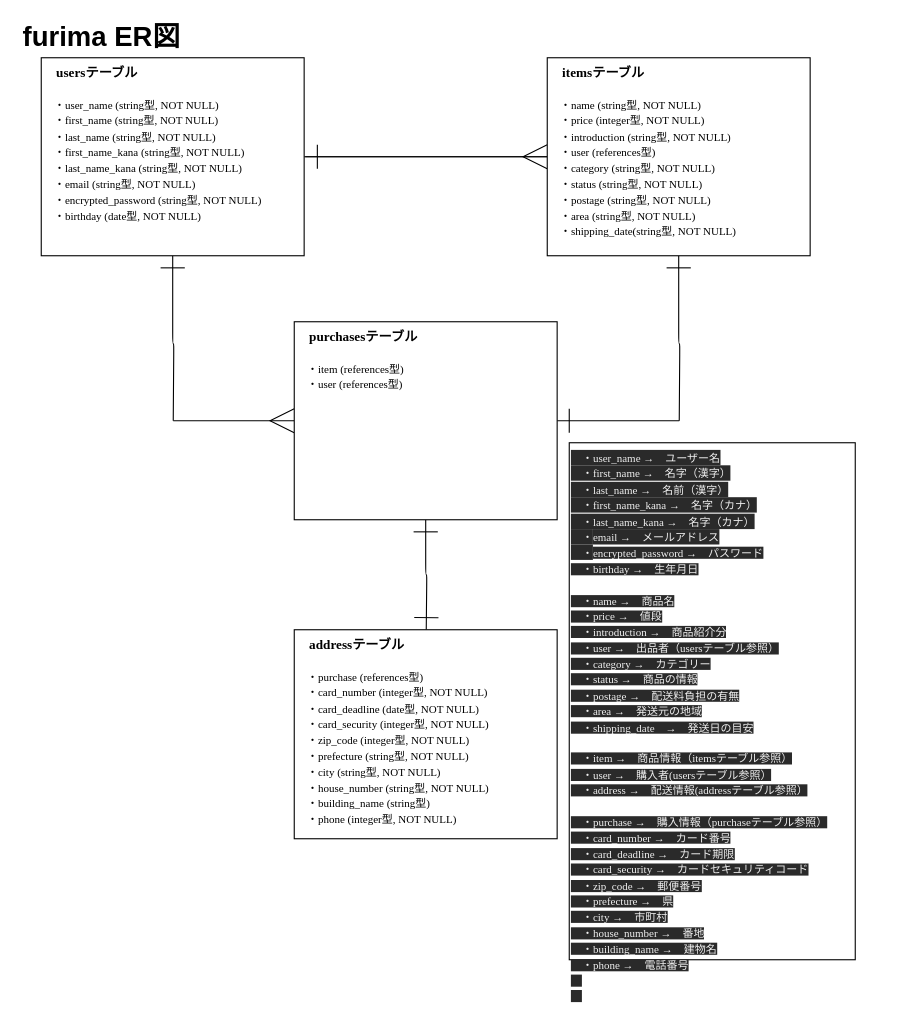
Earlier version of the draw.io diagram er.dio (yoshidanoryota/furima-36392). Source tidied: cells renumbered, new cells numbered last; positions are measured from the earlier drawing's top-left corner, leaving out a move shared by most shapes. Both pictures are drawn from the tidied source at 110%, with x=0, y=0 at pixel (19, 24).
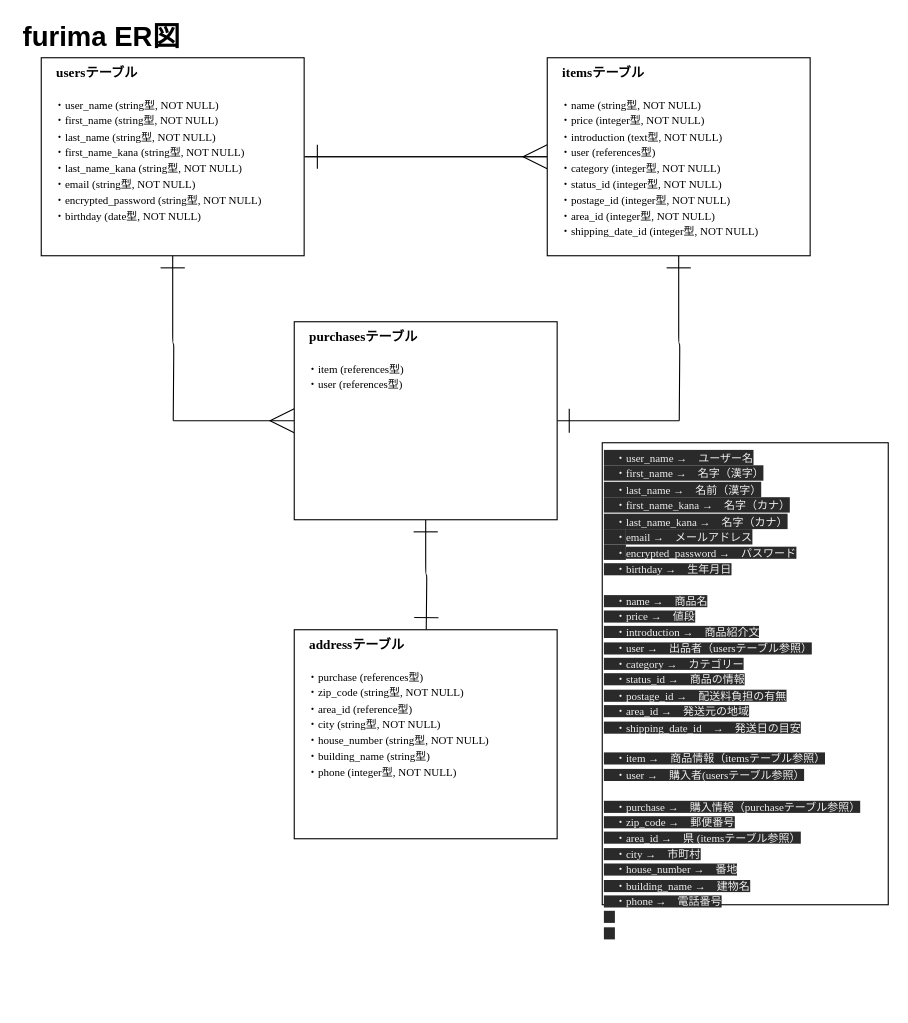
Above is the later version.

Commit message (it also covers changes not shown here):
データベース修正

Change to the diagram source:
```diff
@@
 <mxGraphModel>
   <root>
     <mxCell id="0" />
     <mxCell id="1" parent="0" />
     <mxCell id="2" style="edgeStyle=orthogonalEdgeStyle;rounded=1;sketch=0;jettySize=auto;html=1;exitX=1;exitY=0.5;exitDx=0;exitDy=0;entryX=0;entryY=0.5;entryDx=0;entryDy=0;endSize=20;endArrow=ERmany;endFill=0;curved=1;" parent="1" edge="1" source="4" target="7">
       <mxGeometry relative="1" as="geometry" />
     </mxCell>
     <mxCell id="3" style="edgeStyle=orthogonalEdgeStyle;curved=0;rounded=1;sketch=0;jettySize=auto;html=1;exitX=0.5;exitY=1;exitDx=0;exitDy=0;endArrow=none;endFill=0;endSize=6;startSize=20;startArrow=ERone;startFill=0;" parent="1" edge="1" source="4">
       <mxGeometry relative="1" as="geometry">
         <mxPoint x="140" y="360" as="targetPoint" />
       </mxGeometry>
     </mxCell>
     <mxCell id="4" value="&lt;font&gt;　&lt;font style=&quot;font-weight: bold ; font-size: 12px&quot;&gt;usersテーブル&lt;br&gt;&lt;/font&gt;&lt;font style=&quot;font-size: 10px&quot;&gt;　&lt;br&gt;　・user_name (string型, NOT NULL)&lt;br&gt;　・first_name (string型, NOT NULL)&lt;br&gt;　・last_name (string型, NOT NULL)&lt;br&gt;　・first_name_kana (string型, NOT NULL)&lt;br&gt;　・last_name_kana (string型, NOT NULL)&lt;br&gt;　・&lt;/font&gt;&lt;/font&gt;&lt;font&gt;&lt;font style=&quot;font-size: 10px&quot;&gt;&lt;font style=&quot;font-size: 10px&quot;&gt;email (string型, NOT NULL)&lt;br&gt;&lt;/font&gt;　・&lt;/font&gt;&lt;/font&gt;&lt;font style=&quot;font-size: 10px&quot;&gt;encrypted_password (string型, NOT NULL)&lt;br&gt;　・birthday (date型, NOT NULL)&lt;br&gt;　&lt;br&gt;&lt;/font&gt;" style="rounded=0;whiteSpace=wrap;html=1;verticalAlign=top;align=left;fontFamily=Garamond;" parent="1" vertex="1">
       <mxGeometry x="20" y="30" width="239" height="180" as="geometry" />
     </mxCell>
     <mxCell id="5" style="edgeStyle=orthogonalEdgeStyle;rounded=1;sketch=0;jettySize=auto;html=1;exitX=0;exitY=0.5;exitDx=0;exitDy=0;endSize=20;endArrow=ERone;endFill=0;curved=1;" parent="1" edge="1" source="7">
       <mxGeometry relative="1" as="geometry">
         <mxPoint x="260" y="120" as="targetPoint" />
       </mxGeometry>
     </mxCell>
     <mxCell id="6" style="edgeStyle=orthogonalEdgeStyle;curved=0;rounded=1;sketch=0;jettySize=auto;html=1;exitX=0.5;exitY=1;exitDx=0;exitDy=0;endArrow=none;endFill=0;startSize=20;startArrow=ERone;startFill=0;" parent="1" edge="1" source="7">
       <mxGeometry relative="1" as="geometry">
         <mxPoint x="600" y="360" as="targetPoint" />
       </mxGeometry>
     </mxCell>
-    <mxCell id="7" value="&lt;font&gt;　&lt;b&gt;items&lt;/b&gt;&lt;font style=&quot;font-size: 12px&quot;&gt;&lt;b&gt;テーブル&lt;/b&gt;&lt;br&gt;&lt;/font&gt;&lt;font style=&quot;font-size: 10px&quot;&gt;　&lt;br&gt;　・name (string型, NOT NULL)&lt;br&gt;　・price (integer型, NOT NULL)&lt;br&gt;　・introduction (string型, NOT NULL)&lt;br&gt;　・user (references型)&lt;br&gt;　・category&lt;/font&gt;&lt;/font&gt;&lt;font&gt;&lt;font style=&quot;font-size: 10px&quot;&gt;&lt;font style=&quot;font-size: 10px&quot;&gt;&amp;nbsp;(string型, NOT NULL)&lt;br&gt;&lt;/font&gt;　・status&lt;/font&gt;&lt;/font&gt;&lt;font style=&quot;font-size: 10px&quot;&gt;&amp;nbsp;(string型, NOT NULL)&lt;br&gt;　・postage (string型, NOT NULL)&lt;br&gt;　・area (string型, NOT NULL)&lt;br&gt;　・shipping_date(string型, NOT NULL)&lt;br&gt;　&lt;br&gt;　&lt;br&gt;　&lt;br&gt;&lt;/font&gt;" style="rounded=0;whiteSpace=wrap;html=1;verticalAlign=top;align=left;fontFamily=Garamond;" parent="1" vertex="1">
+    <mxCell id="7" value="&lt;font&gt;　&lt;b&gt;items&lt;/b&gt;&lt;font style=&quot;font-size: 12px&quot;&gt;&lt;b&gt;テーブル&lt;/b&gt;&lt;br&gt;&lt;/font&gt;&lt;font style=&quot;font-size: 10px&quot;&gt;　&lt;br&gt;　・name (string型, NOT NULL)&lt;br&gt;　・price (integer型, NOT NULL)&lt;br&gt;　・introduction (text型, NOT NULL)&lt;br&gt;　・user (references型)&lt;br&gt;　・category&lt;/font&gt;&lt;/font&gt;&lt;font&gt;&lt;font style=&quot;font-size: 10px&quot;&gt;&lt;font style=&quot;font-size: 10px&quot;&gt;&amp;nbsp;(integer型, NOT NULL)&lt;br&gt;&lt;/font&gt;　・status_id&lt;/font&gt;&lt;/font&gt;&lt;font style=&quot;font-size: 10px&quot;&gt;&amp;nbsp;(integer型, NOT NULL)&lt;br&gt;　・postage_id (integer型, NOT NULL)&lt;br&gt;　・area_id (integer型, NOT NULL)&lt;br&gt;　・shipping_date_id (integer型, NOT NULL)&lt;br&gt;　&lt;br&gt;　&lt;br&gt;　&lt;br&gt;&lt;/font&gt;" style="rounded=0;whiteSpace=wrap;html=1;verticalAlign=top;align=left;fontFamily=Garamond;" parent="1" vertex="1">
       <mxGeometry x="480" y="30" width="239" height="180" as="geometry" />
     </mxCell>
     <mxCell id="8" style="edgeStyle=orthogonalEdgeStyle;curved=0;rounded=1;sketch=0;jettySize=auto;html=1;endArrow=none;endFill=0;startSize=20;endSize=20;startArrow=ERmany;startFill=0;" parent="1" edge="1" source="11">
       <mxGeometry relative="1" as="geometry">
         <mxPoint x="140" y="360" as="targetPoint" />
       </mxGeometry>
     </mxCell>
     <mxCell id="9" style="edgeStyle=orthogonalEdgeStyle;curved=0;rounded=1;sketch=0;jettySize=auto;html=1;exitX=1;exitY=0.5;exitDx=0;exitDy=0;startArrow=ERone;startFill=0;endArrow=none;endFill=0;startSize=20;" parent="1" edge="1" source="11">
       <mxGeometry relative="1" as="geometry">
         <mxPoint x="600" y="360" as="targetPoint" />
       </mxGeometry>
     </mxCell>
     <mxCell id="10" style="edgeStyle=orthogonalEdgeStyle;curved=0;rounded=1;sketch=0;jettySize=auto;html=1;exitX=0.5;exitY=1;exitDx=0;exitDy=0;startArrow=ERone;startFill=0;endArrow=ERone;endFill=0;startSize=20;endSize=20;" parent="1" edge="1" source="11">
       <mxGeometry relative="1" as="geometry">
         <mxPoint x="370" y="550" as="targetPoint" />
       </mxGeometry>
     </mxCell>
     <mxCell id="11" value="&lt;font&gt;　&lt;b&gt;purchases&lt;/b&gt;&lt;font style=&quot;font-size: 12px&quot;&gt;&lt;b&gt;テーブル&lt;/b&gt;&lt;br&gt;&lt;/font&gt;&lt;font style=&quot;font-size: 10px&quot;&gt;　&lt;/font&gt;&lt;/font&gt;&lt;font&gt;&lt;font style=&quot;font-size: 10px&quot;&gt;&lt;font style=&quot;font-size: 10px&quot;&gt;&lt;br&gt;&lt;/font&gt;　&lt;/font&gt;&lt;/font&gt;&lt;font style=&quot;font-size: 10px&quot;&gt;・item (references型)&lt;br&gt;　・user (references型)&lt;br&gt;　&lt;br&gt;　&lt;br&gt;&lt;/font&gt;" style="rounded=0;whiteSpace=wrap;html=1;verticalAlign=top;align=left;fontFamily=Garamond;" parent="1" vertex="1">
       <mxGeometry x="250" y="270" width="239" height="180" as="geometry" />
     </mxCell>
-    <mxCell id="12" value="&lt;font&gt;　&lt;b&gt;&lt;font style=&quot;font-size: 12px&quot;&gt;address&lt;/font&gt;&lt;/b&gt;&lt;font style=&quot;font-size: 12px&quot;&gt;&lt;b&gt;テーブル&lt;/b&gt;&lt;br&gt;&lt;/font&gt;&lt;font style=&quot;font-size: 10px&quot;&gt;　&lt;/font&gt;&lt;/font&gt;&lt;font&gt;&lt;font style=&quot;font-size: 10px&quot;&gt;&lt;font style=&quot;font-size: 10px&quot;&gt;&lt;br&gt;&lt;/font&gt;　&lt;/font&gt;&lt;/font&gt;&lt;font style=&quot;font-size: 10px&quot;&gt;・purchase (references型)&lt;br&gt;　・card_number (integer型, NOT NULL)&lt;br&gt;　・card_deadline (date型, NOT NULL)&lt;br&gt;　・card_security (integer型, NOT NULL)&lt;br&gt;　・zip_code (integer型, NOT NULL)&lt;br&gt;　・prefecture (string型, NOT NULL)&lt;br&gt;　・city (string型, NOT NULL)&lt;br&gt;　・house_number (string型, NOT NULL)&lt;br&gt;　・building_name (string型)&lt;br&gt;　・phone (integer型, NOT NULL)&lt;br&gt;&lt;/font&gt;" style="rounded=0;whiteSpace=wrap;html=1;verticalAlign=top;align=left;fontFamily=Garamond;" parent="1" vertex="1">
+    <mxCell id="12" value="&lt;font&gt;　&lt;b&gt;&lt;font style=&quot;font-size: 12px&quot;&gt;address&lt;/font&gt;&lt;/b&gt;&lt;font style=&quot;font-size: 12px&quot;&gt;&lt;b&gt;テーブル&lt;/b&gt;&lt;br&gt;&lt;/font&gt;&lt;font style=&quot;font-size: 10px&quot;&gt;　&lt;/font&gt;&lt;/font&gt;&lt;font&gt;&lt;font style=&quot;font-size: 10px&quot;&gt;&lt;font style=&quot;font-size: 10px&quot;&gt;&lt;br&gt;&lt;/font&gt;　&lt;/font&gt;&lt;/font&gt;&lt;font style=&quot;font-size: 10px&quot;&gt;・purchase (references型)&lt;br&gt;　・zip_code (string型, NOT NULL)&lt;br&gt;　・area_id (reference型)&lt;br&gt;　・city (string型, NOT NULL)&lt;br&gt;　・house_number (string型, NOT NULL)&lt;br&gt;　・building_name (string型)&lt;br&gt;　・phone (integer型, NOT NULL)&lt;br&gt;&lt;/font&gt;" style="rounded=0;whiteSpace=wrap;html=1;verticalAlign=top;align=left;fontFamily=Garamond;" parent="1" vertex="1">
       <mxGeometry x="250" y="550" width="239" height="190" as="geometry" />
     </mxCell>
-    <mxCell id="13" value="&lt;font style=&quot;color: rgb(240 , 240 , 240) ; font-family: &amp;#34;garamond&amp;#34; ; font-size: 12px ; font-style: normal ; font-weight: 400 ; letter-spacing: normal ; text-align: left ; text-indent: 0px ; text-transform: none ; word-spacing: 0px ; background-color: rgb(42 , 42 , 42)&quot;&gt;&lt;font style=&quot;font-size: 10px&quot;&gt;　・user_name →　ユーザー名&lt;br&gt;　・first_name →　名字（漢字）&lt;br&gt;　・last_name →　名前（漢字）&lt;br&gt;　・first_name_kana →　名字（カナ）&lt;br&gt;　・last_name_kana →　名字（カナ）&lt;br&gt;　・&lt;/font&gt;&lt;/font&gt;&lt;font style=&quot;color: rgb(240 , 240 , 240) ; font-family: &amp;#34;garamond&amp;#34; ; font-size: 12px ; font-style: normal ; font-weight: 400 ; letter-spacing: normal ; text-align: left ; text-indent: 0px ; text-transform: none ; word-spacing: 0px ; background-color: rgb(42 , 42 , 42)&quot;&gt;&lt;font style=&quot;font-size: 10px&quot;&gt;&lt;font style=&quot;font-size: 10px&quot;&gt;email →　メールアドレス&lt;br&gt;&lt;/font&gt;　・&lt;/font&gt;&lt;/font&gt;&lt;font style=&quot;color: rgb(240 , 240 , 240) ; font-family: &amp;#34;garamond&amp;#34; ; font-style: normal ; font-weight: 400 ; letter-spacing: normal ; text-align: left ; text-indent: 0px ; text-transform: none ; word-spacing: 0px ; background-color: rgb(42 , 42 , 42) ; font-size: 10px&quot;&gt;encrypted_password →　パスワード&lt;br&gt;　・birthday →　生年月日&lt;br&gt;&lt;br&gt;&lt;font style=&quot;font-family: &amp;#34;garamond&amp;#34; ; font-size: 12px&quot;&gt;&lt;font style=&quot;font-size: 10px&quot;&gt;　・name →　商品名&lt;br&gt;　・price →　値段&lt;br&gt;　・introduction →　商品紹介分&lt;br&gt;　・user →　出品者（usersテーブル参照）&lt;br&gt;　・category&lt;/font&gt;&lt;/font&gt;&lt;font style=&quot;font-family: &amp;#34;garamond&amp;#34; ; font-size: 12px&quot;&gt;&lt;font style=&quot;font-size: 10px&quot;&gt;&amp;nbsp;→　カテゴリー&lt;br&gt;　・status&lt;/font&gt;&lt;/font&gt;&lt;font style=&quot;font-family: &amp;#34;garamond&amp;#34;&quot;&gt;&amp;nbsp;→　商品の情報&lt;br&gt;　・postage →　配送料負担の有無&lt;br&gt;　・area →　発送元の地域&lt;br&gt;　・shipping_date　→　発送日の目安&lt;br&gt;&lt;br&gt;　&lt;font style=&quot;font-family: &amp;#34;garamond&amp;#34;&quot;&gt;・item →　商品情報（itemsテーブル参照）&lt;br&gt;　・user →　購入者(usersテーブル参照）&lt;br&gt;　・address →　配送情報(addressテーブル参照）&lt;br&gt;&lt;br&gt;&lt;/font&gt;　&lt;font style=&quot;font-family: &amp;#34;garamond&amp;#34;&quot;&gt;・purchase →　購入情報（purchaseテーブル参照）&lt;br&gt;　・card_number →　カード番号&lt;br&gt;　・card_deadline →　カード期限&lt;br&gt;　・card_security →　カードセキュリティコード&lt;br&gt;　・zip_code →　郵便番号&lt;br&gt;　・prefecture →　県&lt;br&gt;　・city →　市町村&lt;br&gt;　・house_number →　番地&lt;br&gt;　・building_name →　建物名&lt;br&gt;　・phone →　電話番号&lt;/font&gt;&lt;br&gt;　&lt;br&gt;　&lt;/font&gt;&lt;br&gt;&lt;/font&gt;" style="rounded=0;whiteSpace=wrap;html=1;verticalAlign=top;align=left;fontFamily=Garamond;" parent="1" vertex="1">
-      <mxGeometry x="500" y="380" width="260" height="470" as="geometry" />
+    <mxCell id="13" value="&lt;font style=&quot;color: rgb(240 , 240 , 240) ; font-family: &amp;#34;garamond&amp;#34; ; font-size: 12px ; font-style: normal ; font-weight: 400 ; letter-spacing: normal ; text-align: left ; text-indent: 0px ; text-transform: none ; word-spacing: 0px ; background-color: rgb(42 , 42 , 42)&quot;&gt;&lt;font style=&quot;font-size: 10px&quot;&gt;　・user_name →　ユーザー名&lt;br&gt;　・first_name →　名字（漢字）&lt;br&gt;　・last_name →　名前（漢字）&lt;br&gt;　・first_name_kana →　名字（カナ）&lt;br&gt;　・last_name_kana →　名字（カナ）&lt;br&gt;　・&lt;/font&gt;&lt;/font&gt;&lt;font style=&quot;color: rgb(240 , 240 , 240) ; font-family: &amp;#34;garamond&amp;#34; ; font-size: 12px ; font-style: normal ; font-weight: 400 ; letter-spacing: normal ; text-align: left ; text-indent: 0px ; text-transform: none ; word-spacing: 0px ; background-color: rgb(42 , 42 , 42)&quot;&gt;&lt;font style=&quot;font-size: 10px&quot;&gt;&lt;font style=&quot;font-size: 10px&quot;&gt;email →　メールアドレス&lt;br&gt;&lt;/font&gt;　・&lt;/font&gt;&lt;/font&gt;&lt;font style=&quot;color: rgb(240 , 240 , 240) ; font-family: &amp;#34;garamond&amp;#34; ; font-style: normal ; font-weight: 400 ; letter-spacing: normal ; text-align: left ; text-indent: 0px ; text-transform: none ; word-spacing: 0px ; background-color: rgb(42 , 42 , 42) ; font-size: 10px&quot;&gt;encrypted_password →　パスワード&lt;br&gt;　・birthday →　生年月日&lt;br&gt;&lt;br&gt;&lt;font style=&quot;font-family: &amp;#34;garamond&amp;#34; ; font-size: 12px&quot;&gt;&lt;font style=&quot;font-size: 10px&quot;&gt;　・name →　商品名&lt;br&gt;　・price →　値段&lt;br&gt;　・introduction →　商品紹介文&lt;br&gt;　・user →　出品者（usersテーブル参照）&lt;br&gt;　・category&lt;/font&gt;&lt;/font&gt;&lt;font style=&quot;font-family: &amp;#34;garamond&amp;#34; ; font-size: 12px&quot;&gt;&lt;font style=&quot;font-size: 10px&quot;&gt;&amp;nbsp;→　カテゴリー&lt;br&gt;　・status_id&lt;/font&gt;&lt;/font&gt;&lt;font style=&quot;font-family: &amp;#34;garamond&amp;#34;&quot;&gt;&amp;nbsp;→　商品の情報&lt;br&gt;　・postage_id →　配送料負担の有無&lt;br&gt;　・area_id →　発送元の地域&lt;br&gt;　・shipping_date_id　→　発送日の目安&lt;br&gt;&lt;br&gt;　&lt;font style=&quot;font-family: &amp;#34;garamond&amp;#34;&quot;&gt;・item →　商品情報（itemsテーブル参照）&lt;br&gt;　・user →　購入者(usersテーブル参照）&lt;br&gt;&lt;br&gt;&lt;/font&gt;　&lt;font style=&quot;font-family: &amp;#34;garamond&amp;#34;&quot;&gt;・purchase →　購入情報（purchaseテーブル参照）&lt;br&gt;　・zip_code →　郵便番号&lt;br&gt;　・area_id →　県 (itemsテーブル参照）&lt;br&gt;　・city →　市町村&lt;br&gt;　・house_number →　番地&lt;br&gt;　・building_name →　建物名&lt;br&gt;　・phone →　電話番号&lt;/font&gt;&lt;br&gt;　&lt;br&gt;　&lt;/font&gt;&lt;br&gt;&lt;/font&gt;" style="rounded=0;whiteSpace=wrap;html=1;verticalAlign=top;align=left;fontFamily=Garamond;" parent="1" vertex="1">
+      <mxGeometry x="530" y="380" width="260" height="420" as="geometry" />
     </mxCell>
     <mxCell id="14" value="furima ER図" style="text;html=1;strokeColor=none;fillColor=none;align=center;verticalAlign=middle;whiteSpace=wrap;rounded=0;sketch=0;fontStyle=1;fontSize=25;" parent="1" vertex="1">
       <mxGeometry width="150" height="20" as="geometry" />
     </mxCell>
   </root>
 </mxGraphModel>
```
